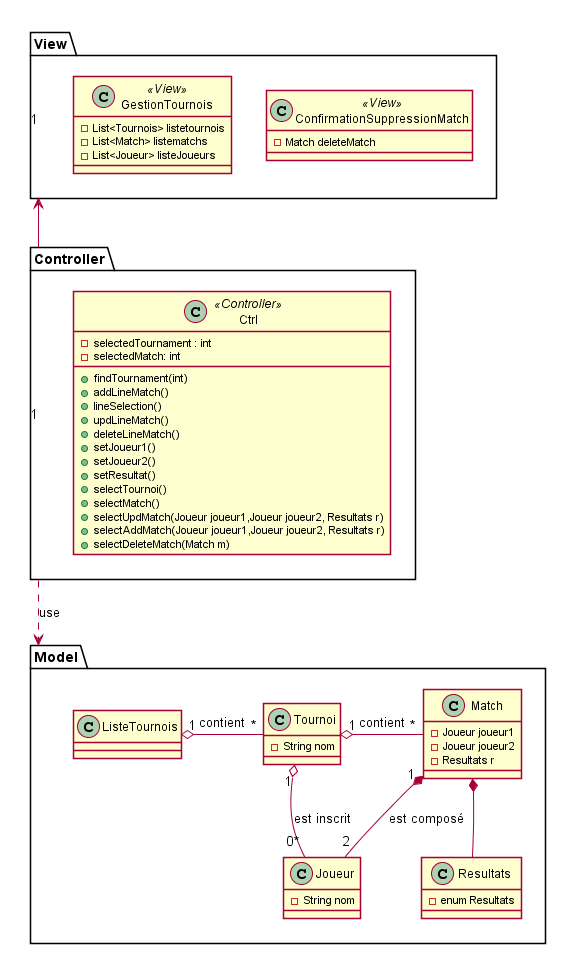
This is ANC3-Diagramme/ClassDiagram/CDL.png from MatildeGr/Java-Tournament-Management, a PlantUML export, as it was before one commit.
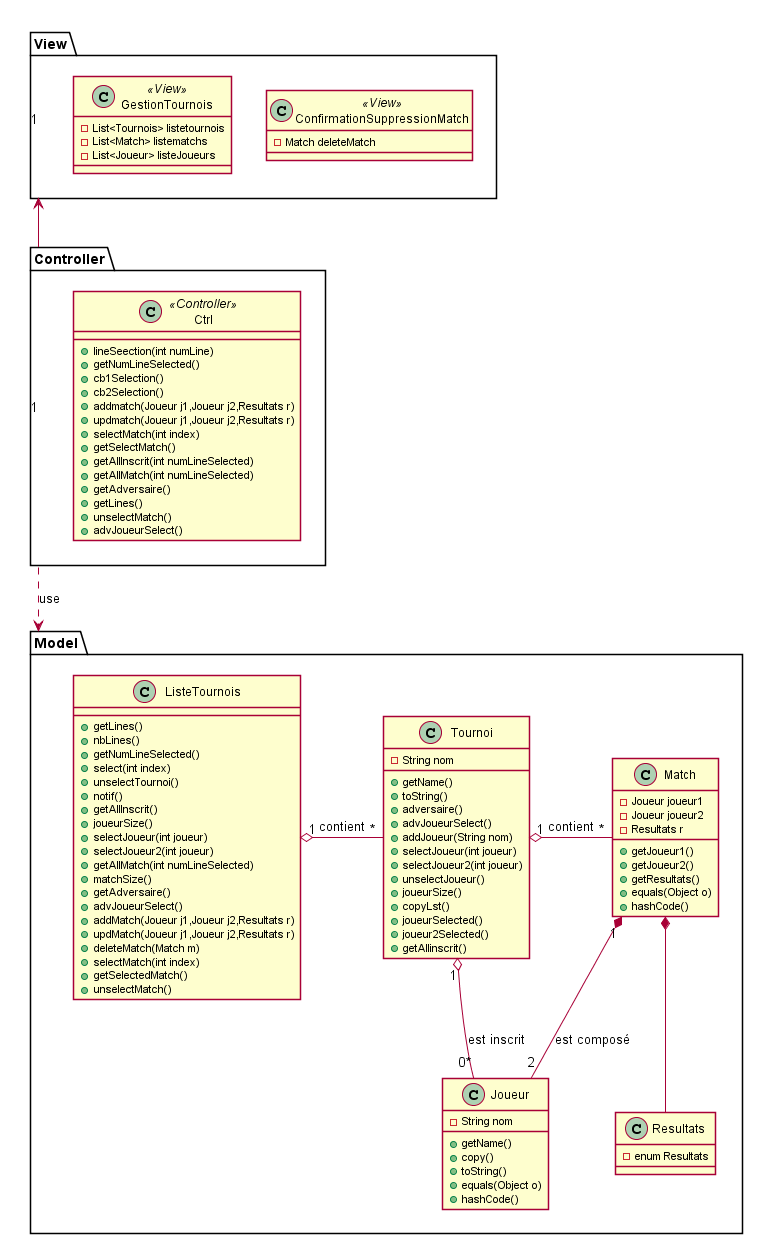
After the change.

Change to the diagram source:
```diff
@@ -5,39 +5,85 @@
 package Model{
     class Tournoi{
         - String nom
+        +getName()
+        +toString()
+        +adversaire()
+        +advJoueurSelect()
+        +addJoueur(String nom)
+        +selectJoueur(int joueur)
+        +selectJoueur2(int joueur)
+        +unselectJoueur()
+        +joueurSize()
+        +copyLst()
+        +joueurSelected()
+        +joueur2Selected()
+        +getAllinscrit()
     }
     class Match{
         -Joueur joueur1
         -Joueur joueur2
         -Resultats r
+        +getJoueur1()
+        +getJoueur2()
+        +getResultats()
+        +equals(Object o)
+        +hashCode()
     }
 
     class Joueur{
         -String nom
+        +getName()
+        +copy()
+        +toString()
+        +equals(Object o)
+        +hashCode()
     }
     class Resultats{
         -enum Resultats
     }
     class ListeTournois{
+        +getLines()
+        +nbLines()
+        +getNumLineSelected()
+        +select(int index)
+        +unselectTournoi()
+        +notif()
+        +getAllInscrit()
+        +joueurSize()
+        +selectJoueur(int joueur)
+        +selectJoueur2(int joueur)
+        +getAllMatch(int numLineSelected)
+        +matchSize()
+        +getAdversaire()
+        +advJoueurSelect()
+        +addMatch(Joueur j1,Joueur j2,Resultats r)
+        +updMatch(Joueur j1,Joueur j2,Resultats r)
+        +deleteMatch(Match m)
+        +selectMatch(int index)
+        +getSelectedMatch()
+        +unselectMatch()
+
+
+
     }
 }
 package Controller{
     class Ctrl<<Controller>>{
-        -selectedTournament : int
-        -selectedMatch: int
-        +findTournament(int)
-        +addLineMatch()
-        +lineSelection()
-        +updLineMatch()
-        +deleteLineMatch()
-        +setJoueur1()
-        +setJoueur2()
-        +setResultat()
-        +selectTournoi()
-        +selectMatch()
-        +selectUpdMatch(Joueur joueur1,Joueur joueur2, Resultats r)
-        +selectAddMatch(Joueur joueur1,Joueur joueur2, Resultats r)
-        +selectDeleteMatch(Match m)
+        +lineSeection(int numLine)
+        +getNumLineSelected()
+        +cb1Selection()
+        +cb2Selection()
+        +addmatch(Joueur j1,Joueur j2,Resultats r)
+        +updmatch(Joueur j1,Joueur j2,Resultats r)
+        +selectMatch(int index)
+        +getSelectMatch()
+        +getAllInscrit(int numLineSelected)
+        +getAllMatch(int numLineSelected)
+        +getAdversaire()
+        +getLines()
+        +unselectMatch()
+        +advJoueurSelect()
+
 
     }
 }
```
